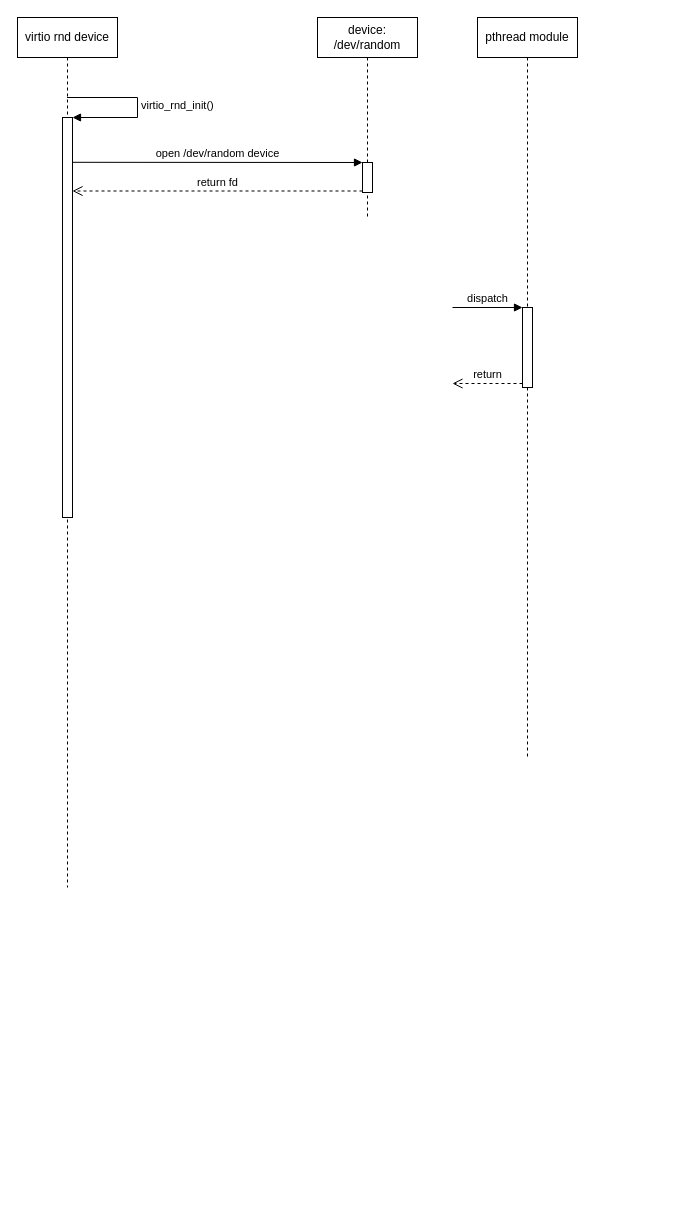
Before: virtio_rnd.drawio in JannaiWu/Drawio, a draw.io diagram. Source tidied: cells renumbered, new cells numbered last; positions are measured from the earlier drawing's top-left corner, leaving out a move shared by most shapes. Both pictures are drawn from the tidied source at 100%, with x=0, y=0 at pixel (17, 17).
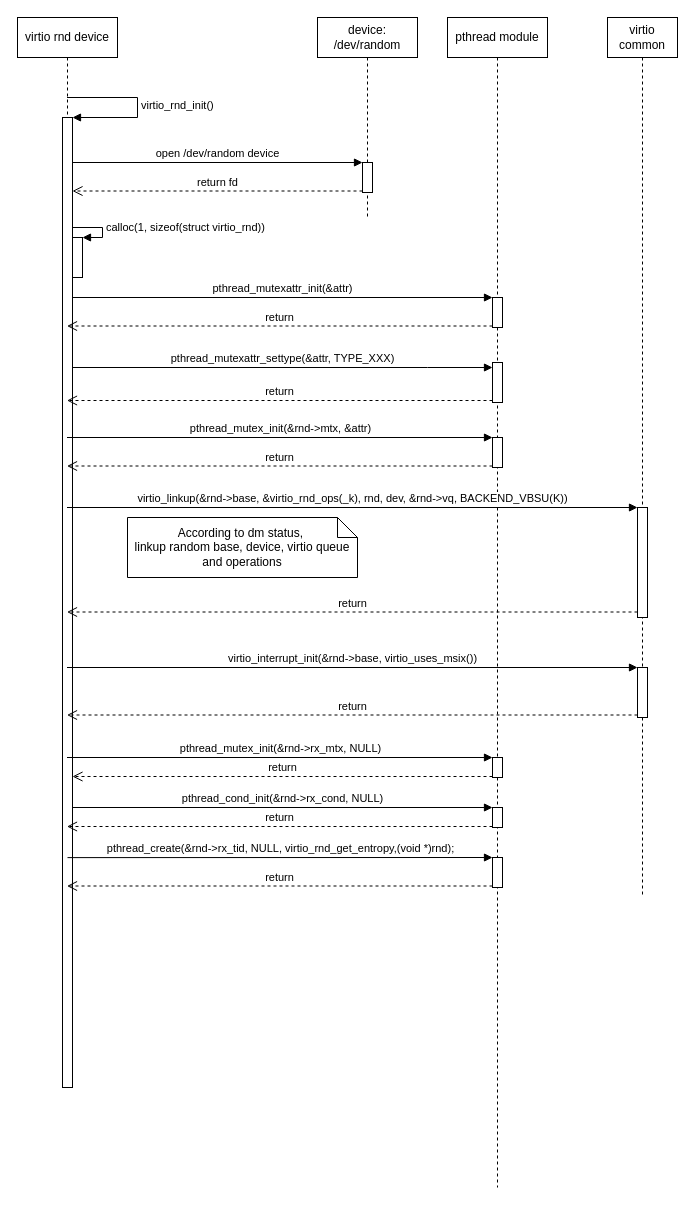
Above is the later version.

The change refers to these unchanged cells:
```xml
<mxCell id="6" style="html=1;points=[];perimeter=orthogonalPerimeter;" parent="5" vertex="1">
  <mxGeometry x="45" y="145" width="10" height="30" as="geometry" />
</mxCell>
```

The edit, as a diff of the source:
```diff
@@
     <mxCell id="2" value="virtio rnd device" style="shape=umlLifeline;perimeter=lifelinePerimeter;whiteSpace=wrap;html=1;outlineConnect=0;" parent="1" vertex="1">
-      <mxGeometry width="100" height="870" as="geometry" />
+      <mxGeometry width="100" height="1070" as="geometry" />
     </mxCell>
     <mxCell id="3" style="html=1;points=[];perimeter=orthogonalPerimeter;" parent="2" vertex="1">
-      <mxGeometry x="45" y="100" width="10" height="400" as="geometry" />
+      <mxGeometry x="45" y="100" width="10" height="970" as="geometry" />
     </mxCell>
@@
+    <mxCell id="13" style="html=1;points=[];perimeter=orthogonalPerimeter;" parent="2" vertex="1">
+      <mxGeometry x="55" y="220" width="10" height="40" as="geometry" />
+    </mxCell>
+    <mxCell id="14" value="calloc(1, sizeof(struct virtio_rnd))" style="edgeStyle=orthogonalEdgeStyle;html=1;align=left;spacingLeft=2;endArrow=block;rounded=0;entryX=1;entryY=0;" parent="2" edge="1" target="13">
+      <mxGeometry relative="1" as="geometry">
+        <mxPoint x="55" y="210" as="sourcePoint" />
+        <Array as="points">
+          <mxPoint x="85" y="210" />
+        </Array>
+      </mxGeometry>
+    </mxCell>
@@
-    <mxCell id="7" value="open /dev/random device" style="html=1;verticalAlign=bottom;endArrow=block;entryX=0;entryY=0;rounded=0;exitX=1.005;exitY=0.112;exitDx=0;exitDy=0;exitPerimeter=0;" parent="1" edge="1" source="3" target="6">
+    <mxCell id="7" value="open /dev/random device" style="html=1;verticalAlign=bottom;endArrow=block;entryX=0;entryY=0;rounded=0;" parent="1" edge="1" source="3" target="6">
       <mxGeometry relative="1" as="geometry" />
     </mxCell>
@@
     <mxCell id="9" value="pthread module" style="shape=umlLifeline;perimeter=lifelinePerimeter;whiteSpace=wrap;html=1;" parent="1" vertex="1">
-      <mxGeometry x="460" width="100" height="740" as="geometry" />
+      <mxGeometry x="430" width="100" height="1170" as="geometry" />
     </mxCell>
-    <mxCell id="10" style="html=1;points=[];perimeter=orthogonalPerimeter;gradientColor=none;" parent="9" vertex="1">
-      <mxGeometry x="45" y="290" width="10" height="80" as="geometry" />
-    </mxCell>
-    <mxCell id="11" value="dispatch" style="html=1;verticalAlign=bottom;endArrow=block;entryX=0;entryY=0;rounded=0;" parent="9" edge="1" target="10">
-      <mxGeometry relative="1" as="geometry">
-        <mxPoint x="-25" y="290" as="sourcePoint" />
-      </mxGeometry>
-    </mxCell>
-    <mxCell id="12" value="return" style="html=1;verticalAlign=bottom;endArrow=open;dashed=1;endSize=8;exitX=0;exitY=0.95;rounded=0;" parent="9" edge="1" source="10">
-      <mxGeometry relative="1" as="geometry">
-        <mxPoint x="-25" y="366" as="targetPoint" />
-      </mxGeometry>
-    </mxCell>
+    <mxCell id="15" style="html=1;points=[];perimeter=orthogonalPerimeter;" parent="9" vertex="1">
+      <mxGeometry x="45" y="280" width="10" height="30" as="geometry" />
+    </mxCell>
+    <mxCell id="16" style="html=1;points=[];perimeter=orthogonalPerimeter;" parent="9" vertex="1">
+      <mxGeometry x="45" y="345" width="10" height="40" as="geometry" />
+    </mxCell>
+    <mxCell id="17" style="html=1;points=[];perimeter=orthogonalPerimeter;" parent="9" vertex="1">
+      <mxGeometry x="45" y="420" width="10" height="30" as="geometry" />
+    </mxCell>
+    <mxCell id="18" style="html=1;points=[];perimeter=orthogonalPerimeter;" parent="9" vertex="1">
+      <mxGeometry x="45" y="740" width="10" height="20" as="geometry" />
+    </mxCell>
+    <mxCell id="19" style="html=1;points=[];perimeter=orthogonalPerimeter;" parent="9" vertex="1">
+      <mxGeometry x="45" y="790" width="10" height="20" as="geometry" />
+    </mxCell>
+    <mxCell id="20" style="html=1;points=[];perimeter=orthogonalPerimeter;" parent="9" vertex="1">
+      <mxGeometry x="45" y="840" width="10" height="30" as="geometry" />
+    </mxCell>
+    <mxCell id="21" value="pthread_mutexattr_init(&amp;amp;attr)" style="html=1;verticalAlign=bottom;endArrow=block;entryX=0;entryY=0;rounded=0;" parent="1" edge="1" source="3" target="15">
+      <mxGeometry relative="1" as="geometry" />
+    </mxCell>
+    <mxCell id="22" value="return" style="html=1;verticalAlign=bottom;endArrow=open;dashed=1;endSize=8;exitX=0;exitY=0.95;rounded=0;" parent="1" edge="1" source="15" target="2">
+      <mxGeometry relative="1" as="geometry" />
+    </mxCell>
+    <mxCell id="23" value="return" style="html=1;verticalAlign=bottom;endArrow=open;dashed=1;endSize=8;exitX=0;exitY=0.95;rounded=0;" parent="1" edge="1" source="16" target="2">
+      <mxGeometry relative="1" as="geometry" />
+    </mxCell>
+    <mxCell id="24" value="pthread_mutexattr_settype(&amp;amp;attr, TYPE_XXX)" style="html=1;verticalAlign=bottom;endArrow=block;rounded=0;" parent="1" edge="1" source="3" target="16">
+      <mxGeometry relative="1" as="geometry">
+        <Array as="points">
+          <mxPoint x="410" y="350" />
+        </Array>
+      </mxGeometry>
+    </mxCell>
+    <mxCell id="25" value="pthread_mutex_init(&amp;amp;rnd-&amp;gt;mtx, &amp;amp;attr)" style="html=1;verticalAlign=bottom;endArrow=block;entryX=0;entryY=0;rounded=0;" parent="1" edge="1" source="2" target="17">
+      <mxGeometry relative="1" as="geometry" />
+    </mxCell>
+    <mxCell id="26" value="return" style="html=1;verticalAlign=bottom;endArrow=open;dashed=1;endSize=8;exitX=0;exitY=0.95;rounded=0;" parent="1" edge="1" source="17" target="2">
+      <mxGeometry relative="1" as="geometry" />
+    </mxCell>
+    <mxCell id="27" value="virtio common" style="shape=umlLifeline;perimeter=lifelinePerimeter;whiteSpace=wrap;html=1;" parent="1" vertex="1">
+      <mxGeometry x="590" width="70" height="880" as="geometry" />
+    </mxCell>
+    <mxCell id="28" style="html=1;points=[];perimeter=orthogonalPerimeter;" parent="27" vertex="1">
+      <mxGeometry x="30" y="490" width="10" height="110" as="geometry" />
+    </mxCell>
+    <mxCell id="29" style="html=1;points=[];perimeter=orthogonalPerimeter;" parent="27" vertex="1">
+      <mxGeometry x="30" y="650" width="10" height="50" as="geometry" />
+    </mxCell>
+    <mxCell id="30" value="virtio_linkup(&amp;amp;rnd-&amp;gt;base, &amp;amp;virtio_rnd_ops(_k), rnd, dev, &amp;amp;rnd-&amp;gt;vq, BACKEND_VBSU(K))" style="html=1;verticalAlign=bottom;endArrow=block;entryX=0;entryY=0;rounded=0;" parent="1" edge="1" source="2" target="28">
+      <mxGeometry relative="1" as="geometry" />
+    </mxCell>
+    <mxCell id="31" value="return" style="html=1;verticalAlign=bottom;endArrow=open;dashed=1;endSize=8;exitX=0;exitY=0.95;rounded=0;" parent="1" edge="1" source="28" target="2">
+      <mxGeometry relative="1" as="geometry" />
+    </mxCell>
+    <mxCell id="32" value="According to dm status,&amp;nbsp;&lt;br&gt;linkup random base, device, virtio queue and operations" style="shape=note;size=20;whiteSpace=wrap;html=1;" parent="1" vertex="1">
+      <mxGeometry x="110" y="500" width="230" height="60" as="geometry" />
+    </mxCell>
+    <mxCell id="33" value="virtio_interrupt_init(&amp;amp;rnd-&amp;gt;base, virtio_uses_msix())" style="html=1;verticalAlign=bottom;endArrow=block;entryX=0;entryY=0;rounded=0;" parent="1" edge="1" source="2" target="29">
+      <mxGeometry relative="1" as="geometry" />
+    </mxCell>
+    <mxCell id="34" value="return" style="html=1;verticalAlign=bottom;endArrow=open;dashed=1;endSize=8;exitX=0;exitY=0.95;rounded=0;" parent="1" edge="1" source="29" target="2">
+      <mxGeometry relative="1" as="geometry" />
+    </mxCell>
+    <mxCell id="35" value="pthread_mutex_init(&amp;amp;rnd-&amp;gt;rx_mtx, NULL)" style="html=1;verticalAlign=bottom;endArrow=block;entryX=0;entryY=0;rounded=0;" parent="1" edge="1" source="2" target="18">
+      <mxGeometry relative="1" as="geometry" />
+    </mxCell>
+    <mxCell id="36" value="return" style="html=1;verticalAlign=bottom;endArrow=open;dashed=1;endSize=8;exitX=0;exitY=0.95;rounded=0;" parent="1" edge="1" source="18" target="3">
+      <mxGeometry relative="1" as="geometry" />
+    </mxCell>
+    <mxCell id="37" value="pthread_cond_init(&amp;amp;rnd-&amp;gt;rx_cond, NULL)" style="html=1;verticalAlign=bottom;endArrow=block;entryX=0;entryY=0;rounded=0;" parent="1" edge="1" source="3" target="19">
+      <mxGeometry relative="1" as="geometry" />
+    </mxCell>
+    <mxCell id="38" value="return" style="html=1;verticalAlign=bottom;endArrow=open;dashed=1;endSize=8;exitX=0;exitY=0.95;rounded=0;" parent="1" edge="1" source="19" target="2">
+      <mxGeometry relative="1" as="geometry" />
+    </mxCell>
+    <mxCell id="39" value="pthread_create(&amp;amp;rnd-&amp;gt;rx_tid, NULL, virtio_rnd_get_entropy,(void *)rnd);" style="html=1;verticalAlign=bottom;endArrow=block;entryX=0;entryY=0;rounded=0;exitX=0.5;exitY=0.763;exitDx=0;exitDy=0;exitPerimeter=0;" parent="1" edge="1" source="3" target="20">
+      <mxGeometry relative="1" as="geometry" />
+    </mxCell>
+    <mxCell id="40" value="return" style="html=1;verticalAlign=bottom;endArrow=open;dashed=1;endSize=8;exitX=0;exitY=0.95;rounded=0;" parent="1" edge="1" source="20" target="2">
+      <mxGeometry relative="1" as="geometry" />
+    </mxCell>
```
